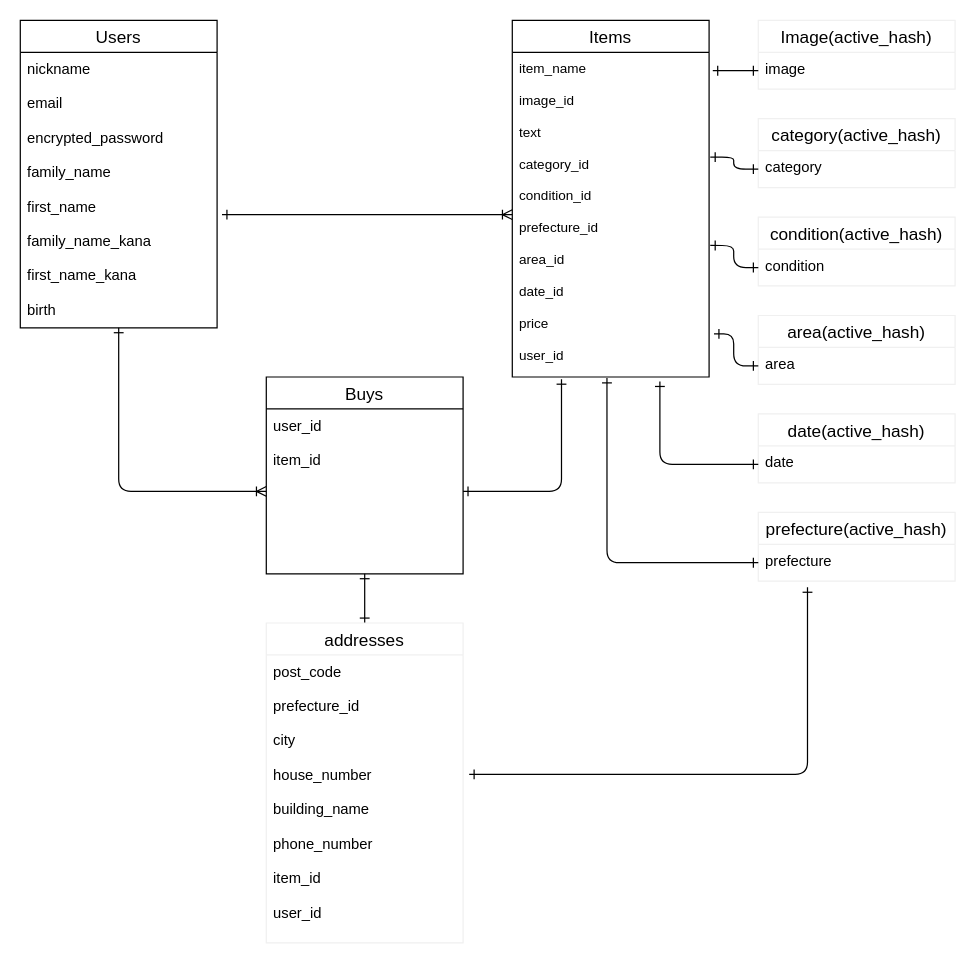
This is furima.dio from MayumiT/furima-33052, a draw.io file, before an edit. Source tidied: cells renumbered, new cells numbered last; positions are measured from the earlier drawing's top-left corner, leaving out a move shared by most shapes. Both pictures are drawn from the tidied source at 123%, with x=0, y=0 at pixel (20, 20).
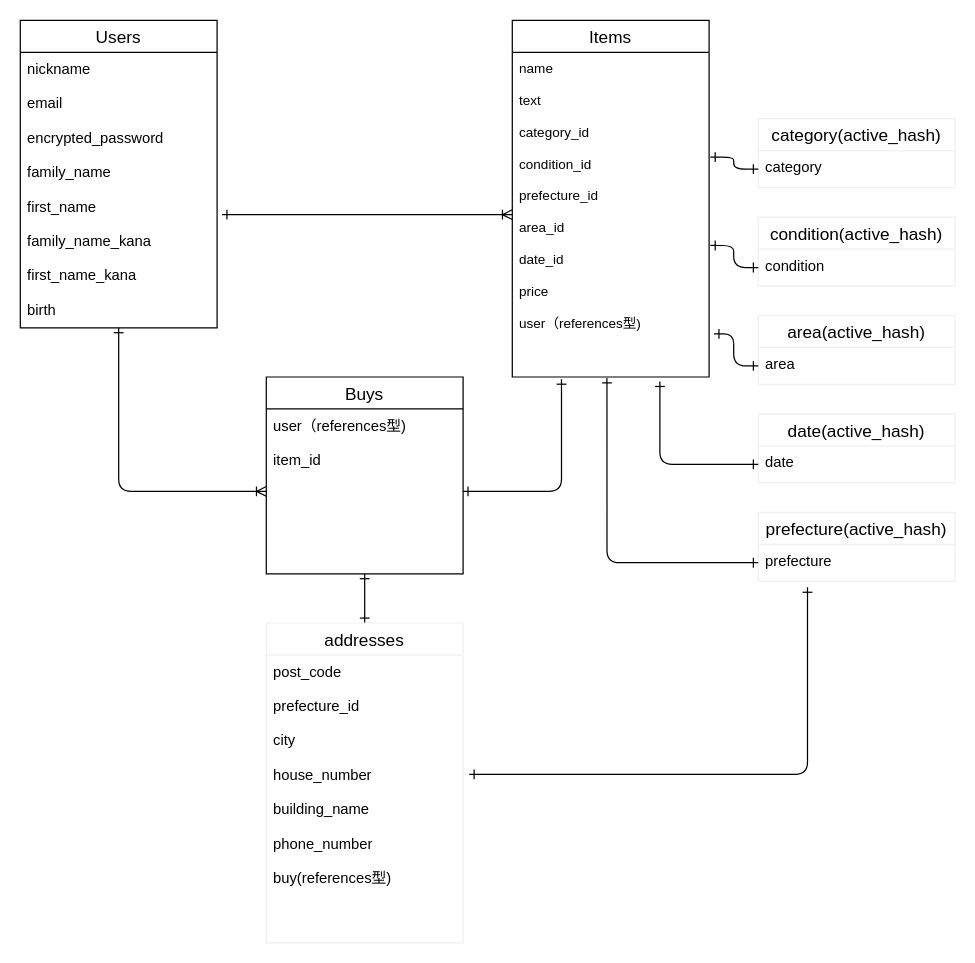
The same page after the edit.

Commit message (it also covers changes not shown here):
ER図とREADMEの再修正

Unchanged cells that the change refers to:
```xml
<mxCell id="6" value="Items" style="swimlane;fontStyle=0;horizontal=1;startSize=26;align=center;fontSize=14;" parent="1" vertex="1">
  <mxGeometry x="400" width="160" height="290" as="geometry" />
</mxCell>
<mxCell id="9" value="Buys" style="swimlane;fontStyle=0;horizontal=1;startSize=26;align=center;fontSize=14;" parent="1" vertex="1">
  <mxGeometry x="200" y="290" width="160" height="160" as="geometry" />
</mxCell>
<mxCell id="11" value="addresses" style="swimlane;fontStyle=0;horizontal=1;startSize=26;align=center;fontSize=14;strokeColor=#f0f0f0;" parent="1" vertex="1">
  <mxGeometry x="200" y="490" width="160" height="260" as="geometry" />
</mxCell>
```

What changed in the source:
```diff
@@
-    <mxCell id="7" value="item_name&#10;&#10;image_id&#10;&#10;text&#10;&#10;category_id&#10;&#10;condition_id&#10;&#10;prefecture_id&#10;&#10;area_id&#10;&#10;date_id&#10;&#10;price&#10;&#10;user_id&#10;&#10;&#10;" style="text;strokeColor=none;fillColor=none;spacingLeft=4;spacingRight=4;overflow=hidden;points=[[0,0.5],[1,0.5]];portConstraint=eastwest;fontSize=11;" parent="6" vertex="1">
+    <mxCell id="7" value="name&#10;&#10;text&#10;&#10;category_id&#10;&#10;condition_id&#10;&#10;prefecture_id&#10;&#10;area_id&#10;&#10;date_id&#10;&#10;price&#10;&#10;user（references型)&#10;&#10;&#10;" style="text;strokeColor=none;fillColor=none;spacingLeft=4;spacingRight=4;overflow=hidden;points=[[0,0.5],[1,0.5]];portConstraint=eastwest;fontSize=11;" parent="6" vertex="1">
       <mxGeometry y="26" width="160" height="264" as="geometry" />
     </mxCell>
@@
-    <mxCell id="10" value="user_id&#10;&#10;item_id" style="text;strokeColor=none;fillColor=none;spacingLeft=4;spacingRight=4;overflow=hidden;points=[[0,0.5],[1,0.5]];portConstraint=eastwest;fontSize=12;" parent="9" vertex="1">
+    <mxCell id="10" value="user（references型)&#10;&#10;item_id" style="text;strokeColor=none;fillColor=none;spacingLeft=4;spacingRight=4;overflow=hidden;points=[[0,0.5],[1,0.5]];portConstraint=eastwest;fontSize=12;" parent="9" vertex="1">
       <mxGeometry y="26" width="160" height="134" as="geometry" />
     </mxCell>
@@
-    <mxCell id="12" value="post_code&#10;&#10;prefecture_id&#10;&#10;city&#10;&#10;house_number&#10;&#10;building_name&#10;&#10;phone_number&#10;&#10;item_id&#10;&#10;user_id&#10;&#10;&#10;&#10;&#10;&#10;" style="text;strokeColor=none;fillColor=none;spacingLeft=4;spacingRight=4;overflow=hidden;points=[[0,0.5],[1,0.5]];portConstraint=eastwest;fontSize=12;" parent="11" vertex="1">
+    <mxCell id="12" value="post_code&#10;&#10;prefecture_id&#10;&#10;city&#10;&#10;house_number&#10;&#10;building_name&#10;&#10;phone_number&#10;&#10;buy(references型)&#10;&#10;&#10;&#10;&#10;" style="text;strokeColor=none;fillColor=none;spacingLeft=4;spacingRight=4;overflow=hidden;points=[[0,0.5],[1,0.5]];portConstraint=eastwest;fontSize=12;" parent="11" vertex="1">
       <mxGeometry y="26" width="160" height="234" as="geometry" />
     </mxCell>
-    <mxCell id="13" value="Image(active_hash)" style="swimlane;fontStyle=0;horizontal=1;startSize=26;align=center;fontSize=14;strokeColor=#f0f0f0;" parent="1" vertex="1">
-      <mxGeometry x="600" width="160" height="56" as="geometry" />
-    </mxCell>
-    <mxCell id="14" value="image" style="text;strokeColor=none;fillColor=none;spacingLeft=4;spacingRight=4;overflow=hidden;points=[[0,0.5],[1,0.5]];portConstraint=eastwest;fontSize=12;" parent="13" vertex="1">
-      <mxGeometry y="26" width="160" height="30" as="geometry" />
-    </mxCell>
@@
-    <mxCell id="18" style="edgeStyle=orthogonalEdgeStyle;rounded=1;jettySize=auto;html=1;exitX=0;exitY=0.5;exitDx=0;exitDy=0;startArrow=ERone;startFill=0;endArrow=ERone;endFill=0;fontSize=11;" parent="1" edge="1" source="14">
-      <mxGeometry relative="1" as="geometry">
-        <mxPoint x="563" y="41" as="targetPoint" />
-        <Array as="points">
-          <mxPoint x="563" y="41" />
-        </Array>
-      </mxGeometry>
-    </mxCell>
```
